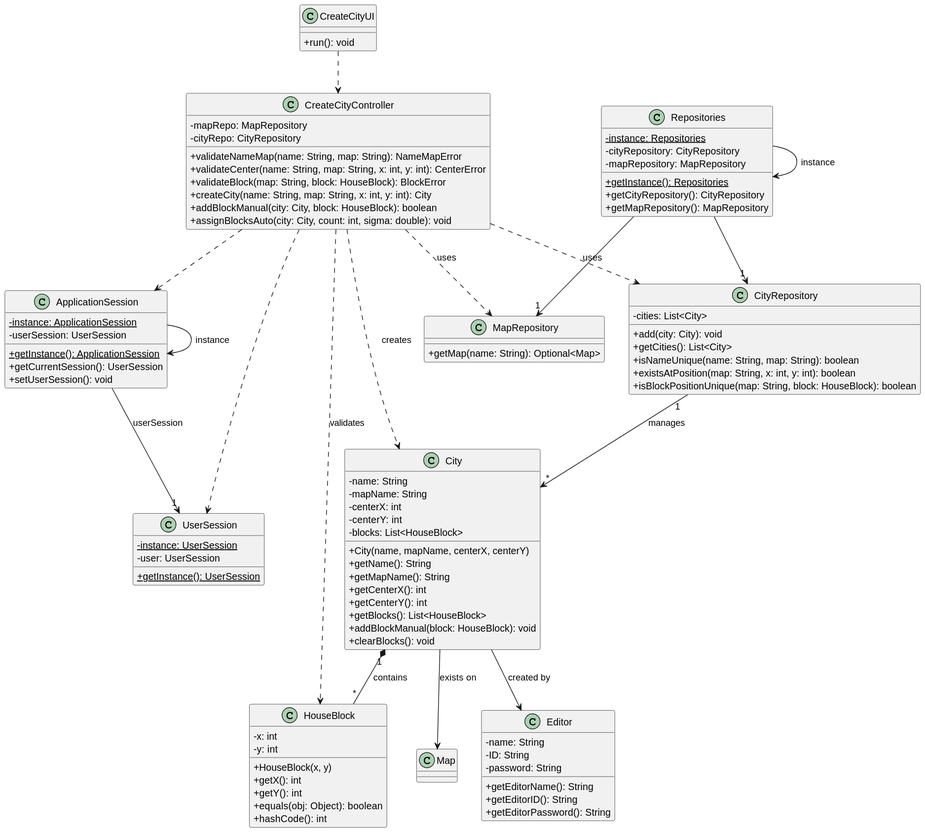
This is docs/sprint2/us003/03.design/svg/us003-class-diagram.svg from ivasduarte/all-aboard, a PlantUML export, as it was before one commit.
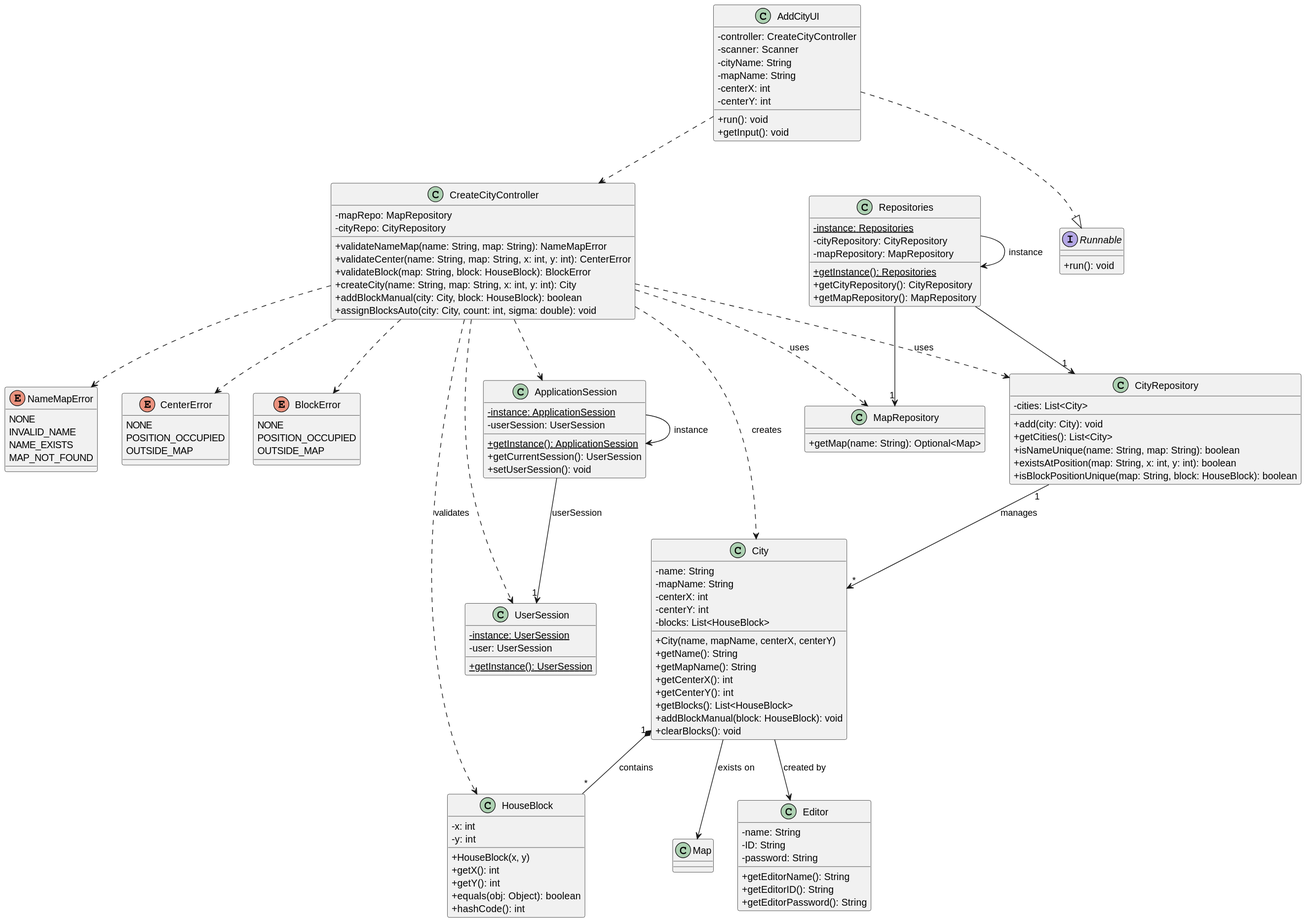
The same diagram one commit later.

Commit message:
US003(docs): correction on class diagram according to the code

Diff of the diagram source:
```diff
@@ -1,5 +1,9 @@
 @startuml
 skinparam classAttributeIconSize 0
+
+interface Runnable {
+    +run(): void
+}
 
 class ApplicationSession {
     -instance: ApplicationSession{static}
@@ -72,6 +76,25 @@
     +getMapRepository(): MapRepository
 }
 
+enum NameMapError {
+    NONE
+    INVALID_NAME
+    NAME_EXISTS
+    MAP_NOT_FOUND
+}
+
+enum CenterError {
+    NONE
+    POSITION_OCCUPIED
+    OUTSIDE_MAP
+}
+
+enum BlockError {
+    NONE
+    POSITION_OCCUPIED
+    OUTSIDE_MAP
+}
+
 class CreateCityController {
     -mapRepo: MapRepository
     -cityRepo: CityRepository
@@ -83,18 +106,30 @@
     +assignBlocksAuto(city: City, count: int, sigma: double): void
 }
 
-class CreateCityUI {
+class AddCityUI {
+    -controller: CreateCityController
+    -scanner: Scanner
+    -cityName: String
+    -mapName: String
+    -centerX: int
+    -centerY: int
     +run(): void
+    +getInput(): void
 }
 
 Repositories -> Repositories : instance
 ApplicationSession -> ApplicationSession : instance
 
-CreateCityUI ..> CreateCityController
+AddCityUI ..> CreateCityController
 CreateCityController ..> City : creates
 CreateCityController ..> HouseBlock : validates
 CreateCityController ..> CityRepository : uses
 CreateCityController ..> MapRepository : uses
+CreateCityController ..> NameMapError
+CreateCityController ..> CenterError
+CreateCityController ..> BlockError
+
+AddCityUI ..|> Runnable
 
 Repositories --> "1" CityRepository
 Repositories --> "1" MapRepository
```
